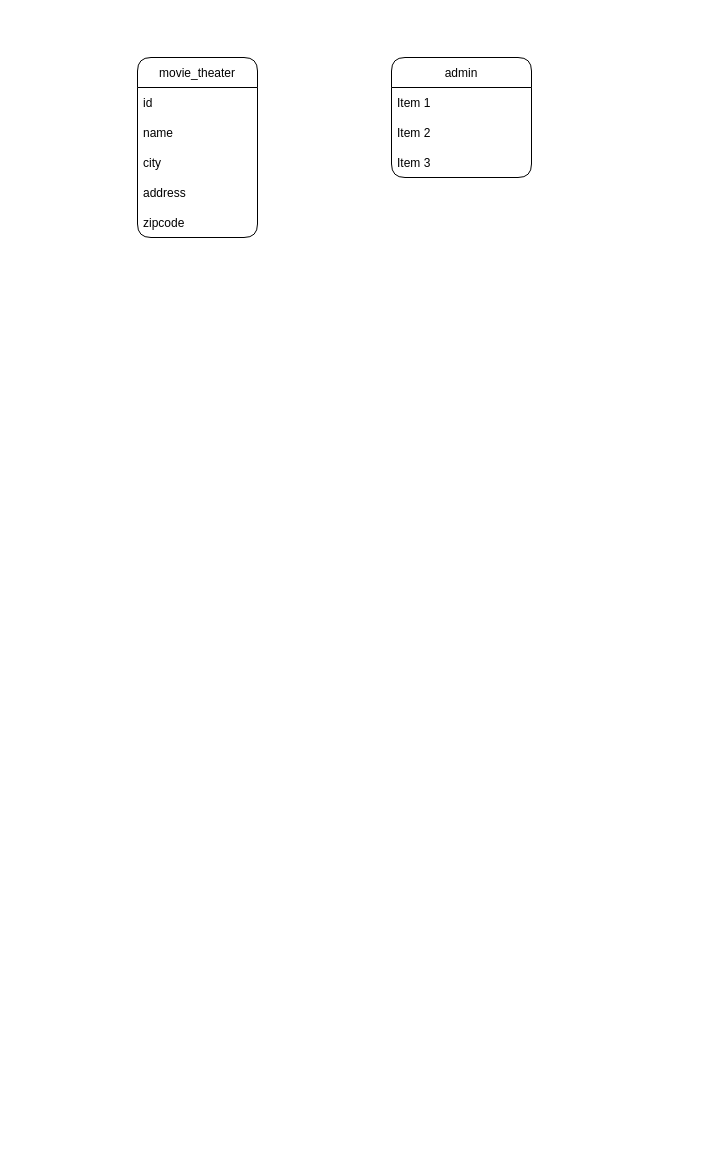
The draw.io diagram MCD.drawio in Armafobe/cinema_database, before the edit. Source tidied: cells renumbered, new cells numbered last; positions are measured from the earlier drawing's top-left corner, leaving out a move shared by most shapes. Both pictures are drawn from the tidied source at 100%, with x=0, y=0 at pixel (137, 57).
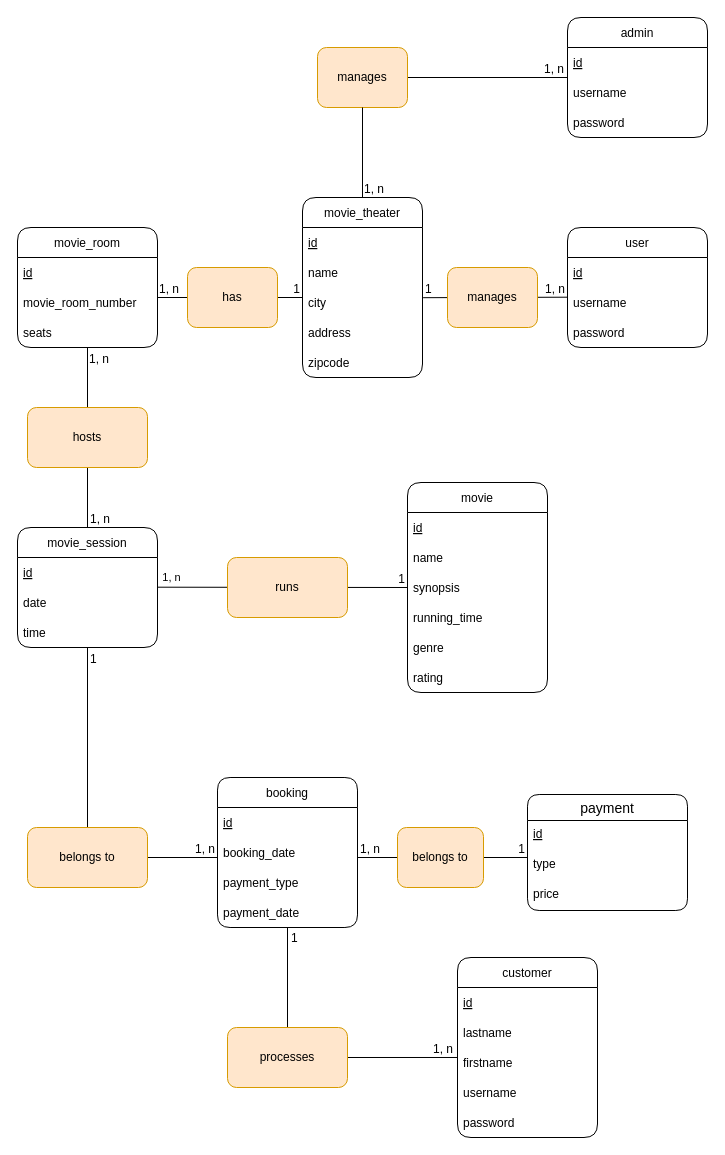
Above is the later version.

Unchanged cells that the change refers to:
```xml
<mxCell id="5" value="city" style="text;strokeColor=none;fillColor=none;align=left;verticalAlign=middle;spacingLeft=4;spacingRight=4;overflow=hidden;points=[[0,0.5],[1,0.5]];portConstraint=eastwest;" parent="2" vertex="1">
  <mxGeometry y="90" width="120" height="30" as="geometry" />
</mxCell>
```

Change to the diagram source:
```diff
@@
     <mxCell id="2" value="movie_theater" style="swimlane;fontStyle=0;horizontal=1;startSize=30;rounded=1;swimlaneLine=1;verticalAlign=middle;" parent="1" vertex="1">
-      <mxGeometry width="120" height="180" as="geometry" />
+      <mxGeometry x="165" y="140" width="120" height="180" as="geometry" />
     </mxCell>
-    <mxCell id="3" value="id" style="text;strokeColor=none;fillColor=none;align=left;verticalAlign=middle;spacingLeft=4;spacingRight=4;overflow=hidden;" parent="2" vertex="1">
-      <mxGeometry y="30" width="120" height="30" as="geometry" />
-    </mxCell>
+    <mxCell id="12" value="id" style="text;strokeColor=none;fillColor=none;align=left;verticalAlign=middle;spacingLeft=4;spacingRight=4;overflow=hidden;fontStyle=4;" parent="2" vertex="1">
+      <mxGeometry y="30" width="120" height="30" as="geometry" />
+    </mxCell>
@@
     <mxCell id="8" value="admin" style="swimlane;fontStyle=0;horizontal=1;startSize=30;rounded=1;" parent="1" vertex="1">
-      <mxGeometry x="254" width="140" height="120" as="geometry" />
+      <mxGeometry x="430" y="-40" width="140" height="120" as="geometry" />
     </mxCell>
-    <mxCell id="9" value="Item 1" style="text;strokeColor=none;fillColor=none;align=left;verticalAlign=middle;spacingLeft=4;spacingRight=4;overflow=hidden;rounded=1;" parent="8" vertex="1">
-      <mxGeometry y="30" width="140" height="30" as="geometry" />
-    </mxCell>
-    <mxCell id="10" value="Item 2" style="text;strokeColor=none;fillColor=none;align=left;verticalAlign=middle;spacingLeft=4;spacingRight=4;overflow=hidden;rounded=1;" parent="8" vertex="1">
-      <mxGeometry y="60" width="140" height="30" as="geometry" />
-    </mxCell>
-    <mxCell id="11" value="Item 3" style="text;strokeColor=none;fillColor=none;align=left;verticalAlign=middle;spacingLeft=4;spacingRight=4;overflow=hidden;rounded=1;" parent="8" vertex="1">
-      <mxGeometry y="90" width="140" height="30" as="geometry" />
-    </mxCell>
+    <mxCell id="13" value="id" style="text;strokeColor=none;fillColor=none;align=left;verticalAlign=middle;spacingLeft=4;spacingRight=4;overflow=hidden;rounded=1;fontStyle=4;" parent="8" vertex="1">
+      <mxGeometry y="30" width="140" height="30" as="geometry" />
+    </mxCell>
+    <mxCell id="14" value="username" style="text;strokeColor=none;fillColor=none;align=left;verticalAlign=middle;spacingLeft=4;spacingRight=4;overflow=hidden;rounded=1;" parent="8" vertex="1">
+      <mxGeometry y="60" width="140" height="30" as="geometry" />
+    </mxCell>
+    <mxCell id="15" value="password" style="text;strokeColor=none;fillColor=none;align=left;verticalAlign=middle;spacingLeft=4;spacingRight=4;overflow=hidden;rounded=1;" parent="8" vertex="1">
+      <mxGeometry y="90" width="140" height="30" as="geometry" />
+    </mxCell>
+    <mxCell id="16" style="endArrow=none;html=1;rounded=0;startArrow=none;" parent="1" edge="1" source="18">
+      <mxGeometry relative="1" as="geometry">
+        <mxPoint x="430" y="20" as="targetPoint" />
+      </mxGeometry>
+    </mxCell>
+    <mxCell id="17" value="1, n" style="html=1;align=right;verticalAlign=bottom;rounded=1;fillColor=#FFF5F5;" parent="16" vertex="1">
+      <mxGeometry x="1" relative="1" as="geometry">
+        <mxPoint x="-3" as="offset" />
+      </mxGeometry>
+    </mxCell>
+    <mxCell id="18" value="manages" style="rounded=1;whiteSpace=wrap;html=1;fillColor=#ffe6cc;strokeColor=#d79b00;" parent="1" vertex="1">
+      <mxGeometry x="180" y="-10" width="90" height="60" as="geometry" />
+    </mxCell>
+    <mxCell id="19" style="endArrow=none;html=1;rounded=0;exitX=0.5;exitY=0;exitDx=0;exitDy=0;" parent="1" edge="1" source="2" target="18">
+      <mxGeometry relative="1" as="geometry" />
+    </mxCell>
+    <mxCell id="20" value="1, n" style="html=1;align=left;verticalAlign=bottom;rounded=1;fillColor=#FFF5F5;" parent="19" vertex="1">
+      <mxGeometry x="-1" relative="1" as="geometry" />
+    </mxCell>
+    <mxCell id="21" value="movie_room" style="swimlane;fontStyle=0;horizontal=1;startSize=30;rounded=1;" parent="1" vertex="1">
+      <mxGeometry x="-120" y="170" width="140" height="120" as="geometry" />
+    </mxCell>
+    <mxCell id="22" value="id" style="text;strokeColor=none;fillColor=none;align=left;verticalAlign=middle;spacingLeft=4;spacingRight=4;overflow=hidden;rounded=1;fontStyle=4;" parent="21" vertex="1">
+      <mxGeometry y="30" width="140" height="30" as="geometry" />
+    </mxCell>
+    <mxCell id="23" value="movie_room_number" style="text;strokeColor=none;fillColor=none;align=left;verticalAlign=middle;spacingLeft=4;spacingRight=4;overflow=hidden;rounded=1;" parent="21" vertex="1">
+      <mxGeometry y="60" width="140" height="30" as="geometry" />
+    </mxCell>
+    <mxCell id="24" value="seats" style="text;strokeColor=none;fillColor=none;align=left;verticalAlign=middle;spacingLeft=4;spacingRight=4;overflow=hidden;rounded=1;" parent="21" vertex="1">
+      <mxGeometry y="90" width="140" height="30" as="geometry" />
+    </mxCell>
+    <mxCell id="25" style="endArrow=none;html=1;rounded=0;" parent="1" edge="1">
+      <mxGeometry relative="1" as="geometry">
+        <mxPoint x="20" y="240" as="sourcePoint" />
+        <mxPoint x="165" y="240" as="targetPoint" />
+      </mxGeometry>
+    </mxCell>
+    <mxCell id="26" value="1, n" style="html=1;align=left;verticalAlign=bottom;rounded=1;fillColor=#FFF5F5;" parent="25" vertex="1">
+      <mxGeometry x="-1" relative="1" as="geometry" />
+    </mxCell>
+    <mxCell id="27" value="1" style="html=1;align=right;verticalAlign=bottom;rounded=1;fillColor=#FFF5F5;" parent="25" vertex="1">
+      <mxGeometry x="1" relative="1" as="geometry">
+        <mxPoint x="-2" as="offset" />
+      </mxGeometry>
+    </mxCell>
+    <mxCell id="28" value="has" style="rounded=1;whiteSpace=wrap;html=1;fillColor=#ffe6cc;strokeColor=#d79b00;" parent="1" vertex="1">
+      <mxGeometry x="50" y="210" width="90" height="60" as="geometry" />
+    </mxCell>
+    <mxCell id="29" value="movie_session" style="swimlane;fontStyle=0;horizontal=1;startSize=30;rounded=1;" parent="1" vertex="1">
+      <mxGeometry x="-120" y="470" width="140" height="120" as="geometry" />
+    </mxCell>
+    <mxCell id="30" value="id" style="text;strokeColor=none;fillColor=none;align=left;verticalAlign=middle;spacingLeft=4;spacingRight=4;overflow=hidden;rounded=1;fontStyle=4;" parent="29" vertex="1">
+      <mxGeometry y="30" width="140" height="30" as="geometry" />
+    </mxCell>
+    <mxCell id="31" value="date" style="text;strokeColor=none;fillColor=none;align=left;verticalAlign=middle;spacingLeft=4;spacingRight=4;overflow=hidden;rounded=1;" parent="29" vertex="1">
+      <mxGeometry y="60" width="140" height="30" as="geometry" />
+    </mxCell>
+    <mxCell id="32" value="time" style="text;strokeColor=none;fillColor=none;align=left;verticalAlign=middle;spacingLeft=4;spacingRight=4;overflow=hidden;rounded=1;" parent="29" vertex="1">
+      <mxGeometry y="90" width="140" height="30" as="geometry" />
+    </mxCell>
+    <mxCell id="33" style="endArrow=none;html=1;rounded=0;entryX=0.5;entryY=0;entryDx=0;entryDy=0;" parent="1" edge="1" target="29">
+      <mxGeometry relative="1" as="geometry">
+        <mxPoint x="-50" y="290" as="sourcePoint" />
+      </mxGeometry>
+    </mxCell>
+    <mxCell id="34" value="1, n" style="html=1;align=left;verticalAlign=bottom;rounded=1;fillColor=#FFF5F5;" parent="33" vertex="1">
+      <mxGeometry x="-1" relative="1" as="geometry">
+        <mxPoint y="20" as="offset" />
+      </mxGeometry>
+    </mxCell>
+    <mxCell id="35" value="1, n" style="html=1;align=right;verticalAlign=bottom;rounded=1;fillColor=#FFF5F5;" parent="33" vertex="1">
+      <mxGeometry x="1" relative="1" as="geometry">
+        <mxPoint x="23" as="offset" />
+      </mxGeometry>
+    </mxCell>
+    <mxCell id="36" value="hosts" style="rounded=1;whiteSpace=wrap;html=1;fillColor=#ffe6cc;strokeColor=#d79b00;" parent="1" vertex="1">
+      <mxGeometry x="-110" y="350" width="120" height="60" as="geometry" />
+    </mxCell>
+    <mxCell id="37" value="movie" style="swimlane;fontStyle=0;horizontal=1;startSize=30;rounded=1;" parent="1" vertex="1">
+      <mxGeometry x="270" y="425" width="140" height="210" as="geometry" />
+    </mxCell>
+    <mxCell id="38" value="id" style="text;strokeColor=none;fillColor=none;align=left;verticalAlign=middle;spacingLeft=4;spacingRight=4;overflow=hidden;rounded=1;fontStyle=4;" parent="37" vertex="1">
+      <mxGeometry y="30" width="140" height="30" as="geometry" />
+    </mxCell>
+    <mxCell id="39" value="name" style="text;strokeColor=none;fillColor=none;align=left;verticalAlign=middle;spacingLeft=4;spacingRight=4;overflow=hidden;rounded=1;" parent="37" vertex="1">
+      <mxGeometry y="60" width="140" height="30" as="geometry" />
+    </mxCell>
+    <mxCell id="40" value="synopsis" style="text;strokeColor=none;fillColor=none;align=left;verticalAlign=middle;spacingLeft=4;spacingRight=4;overflow=hidden;points=[[0,0.5],[1,0.5]];portConstraint=eastwest;rounded=1;" parent="37" vertex="1">
+      <mxGeometry y="90" width="140" height="30" as="geometry" />
+    </mxCell>
+    <mxCell id="41" value="running_time" style="text;strokeColor=none;fillColor=none;align=left;verticalAlign=middle;spacingLeft=4;spacingRight=4;overflow=hidden;rounded=1;" parent="37" vertex="1">
+      <mxGeometry y="120" width="140" height="30" as="geometry" />
+    </mxCell>
+    <mxCell id="42" value="genre" style="text;strokeColor=none;fillColor=none;align=left;verticalAlign=middle;spacingLeft=4;spacingRight=4;overflow=hidden;rounded=1;" parent="37" vertex="1">
+      <mxGeometry y="150" width="140" height="30" as="geometry" />
+    </mxCell>
+    <mxCell id="43" value="rating" style="text;strokeColor=none;fillColor=none;align=left;verticalAlign=middle;spacingLeft=4;spacingRight=4;overflow=hidden;rounded=1;" parent="37" vertex="1">
+      <mxGeometry y="180" width="140" height="30" as="geometry" />
+    </mxCell>
+    <mxCell id="44" style="endArrow=none;html=1;rounded=0;entryX=0;entryY=0.5;entryDx=0;entryDy=0;" parent="1" edge="1" target="40">
+      <mxGeometry relative="1" as="geometry">
+        <mxPoint x="20" y="529.7" as="sourcePoint" />
+      </mxGeometry>
+    </mxCell>
+    <mxCell id="45" value="1" style="html=1;align=right;verticalAlign=bottom;rounded=1;fillColor=#FFF5F5;" parent="44" vertex="1">
+      <mxGeometry x="1" relative="1" as="geometry">
+        <mxPoint x="-2" as="offset" />
+      </mxGeometry>
+    </mxCell>
+    <mxCell id="46" style="edgeLabel;html=1;align=center;verticalAlign=middle;" parent="44" vertex="1">
+      <mxGeometry x="-0.9" y="1" relative="1" as="geometry" />
+    </mxCell>
+    <mxCell id="47" value="1, n" style="edgeLabel;html=1;align=center;verticalAlign=middle;labelBackgroundColor=none;" parent="44" vertex="1">
+      <mxGeometry x="-0.89" y="1" relative="1" as="geometry">
+        <mxPoint x="-1" y="-9" as="offset" />
+      </mxGeometry>
+    </mxCell>
+    <mxCell id="48" value="runs" style="rounded=1;whiteSpace=wrap;html=1;fillColor=#ffe6cc;strokeColor=#d79b00;" parent="1" vertex="1">
+      <mxGeometry x="90" y="500" width="120" height="60" as="geometry" />
+    </mxCell>
+    <mxCell id="49" value="booking" style="swimlane;fontStyle=0;horizontal=1;startSize=30;rounded=1;arcSize=14;" parent="1" vertex="1">
+      <mxGeometry x="80" y="720" width="140" height="150" as="geometry" />
+    </mxCell>
+    <mxCell id="50" value="id" style="text;strokeColor=none;fillColor=none;align=left;verticalAlign=middle;spacingLeft=4;spacingRight=4;overflow=hidden;rounded=1;fontStyle=4;" parent="49" vertex="1">
+      <mxGeometry y="30" width="140" height="30" as="geometry" />
+    </mxCell>
+    <mxCell id="51" value="booking_date" style="text;strokeColor=none;fillColor=none;align=left;verticalAlign=middle;spacingLeft=4;spacingRight=4;overflow=hidden;rounded=1;" parent="49" vertex="1">
+      <mxGeometry y="60" width="140" height="30" as="geometry" />
+    </mxCell>
+    <mxCell id="52" value="payment_type" style="text;strokeColor=none;fillColor=none;align=left;verticalAlign=middle;spacingLeft=4;spacingRight=4;overflow=hidden;rounded=1;" parent="49" vertex="1">
+      <mxGeometry y="90" width="140" height="30" as="geometry" />
+    </mxCell>
+    <mxCell id="53" value="payment_date" style="text;strokeColor=none;fillColor=none;align=left;verticalAlign=middle;spacingLeft=4;spacingRight=4;overflow=hidden;rounded=1;" parent="49" vertex="1">
+      <mxGeometry y="120" width="140" height="30" as="geometry" />
+    </mxCell>
+    <mxCell id="54" style="endArrow=none;html=1;rounded=0;" parent="1" edge="1">
+      <mxGeometry relative="1" as="geometry">
+        <mxPoint x="-50" y="590" as="sourcePoint" />
+        <mxPoint x="-50" y="800" as="targetPoint" />
+      </mxGeometry>
+    </mxCell>
+    <mxCell id="55" value="1" style="html=1;align=left;verticalAlign=bottom;rounded=1;labelBackgroundColor=none;fillColor=#FFF5F5;" parent="54" vertex="1">
+      <mxGeometry x="-1" relative="1" as="geometry">
+        <mxPoint x="1" y="20" as="offset" />
+      </mxGeometry>
+    </mxCell>
+    <mxCell id="56" value="1, n" style="html=1;align=right;verticalAlign=bottom;rounded=1;labelBackgroundColor=none;fillColor=#FFF5F5;" parent="54" vertex="1">
+      <mxGeometry x="1" relative="1" as="geometry">
+        <mxPoint x="128" as="offset" />
+      </mxGeometry>
+    </mxCell>
+    <mxCell id="57" style="endArrow=none;html=1;rounded=0;" parent="1" edge="1">
+      <mxGeometry relative="1" as="geometry">
+        <mxPoint x="-50" y="800" as="sourcePoint" />
+        <mxPoint x="80" y="800" as="targetPoint" />
+      </mxGeometry>
+    </mxCell>
+    <mxCell id="58" value="customer" style="swimlane;fontStyle=0;horizontal=1;startSize=30;rounded=1;labelBackgroundColor=none;" parent="1" vertex="1">
+      <mxGeometry x="320" y="900" width="140" height="180" as="geometry" />
+    </mxCell>
+    <mxCell id="59" value="id" style="text;strokeColor=none;fillColor=none;align=left;verticalAlign=middle;spacingLeft=4;spacingRight=4;overflow=hidden;rounded=1;labelBackgroundColor=none;fontStyle=4;" parent="58" vertex="1">
+      <mxGeometry y="30" width="140" height="30" as="geometry" />
+    </mxCell>
+    <mxCell id="60" value="lastname" style="text;strokeColor=none;fillColor=none;align=left;verticalAlign=middle;spacingLeft=4;spacingRight=4;overflow=hidden;rounded=1;labelBackgroundColor=none;" parent="58" vertex="1">
+      <mxGeometry y="60" width="140" height="30" as="geometry" />
+    </mxCell>
+    <mxCell id="61" value="firstname" style="text;strokeColor=none;fillColor=none;align=left;verticalAlign=middle;spacingLeft=4;spacingRight=4;overflow=hidden;points=[[0,0.5],[1,0.5]];portConstraint=eastwest;rounded=1;labelBackgroundColor=none;" parent="58" vertex="1">
+      <mxGeometry y="90" width="140" height="30" as="geometry" />
+    </mxCell>
+    <mxCell id="62" value="username" style="text;strokeColor=none;fillColor=none;align=left;verticalAlign=middle;spacingLeft=4;spacingRight=4;overflow=hidden;rounded=1;labelBackgroundColor=none;" parent="58" vertex="1">
+      <mxGeometry y="120" width="140" height="30" as="geometry" />
+    </mxCell>
+    <mxCell id="63" value="password" style="text;strokeColor=none;fillColor=none;align=left;verticalAlign=middle;spacingLeft=4;spacingRight=4;overflow=hidden;rounded=1;labelBackgroundColor=none;" parent="58" vertex="1">
+      <mxGeometry y="150" width="140" height="30" as="geometry" />
+    </mxCell>
+    <mxCell id="64" style="endArrow=none;html=1;rounded=0;entryX=0;entryY=0.333;entryDx=0;entryDy=0;entryPerimeter=0;" parent="1" edge="1" target="61">
+      <mxGeometry relative="1" as="geometry">
+        <mxPoint x="150" y="870" as="sourcePoint" />
+        <Array as="points">
+          <mxPoint x="150" y="1000" />
+        </Array>
+      </mxGeometry>
+    </mxCell>
+    <mxCell id="65" value="1" style="html=1;align=left;verticalAlign=bottom;rounded=1;labelBackgroundColor=none;fillColor=#FFF5F5;" parent="64" vertex="1">
+      <mxGeometry x="-1" relative="1" as="geometry">
+        <mxPoint x="2" y="19" as="offset" />
+      </mxGeometry>
+    </mxCell>
+    <mxCell id="66" value="1, n" style="html=1;align=right;verticalAlign=bottom;rounded=1;labelBackgroundColor=none;fillColor=#FFF5F5;" parent="64" vertex="1">
+      <mxGeometry x="1" relative="1" as="geometry">
+        <mxPoint x="-4" as="offset" />
+      </mxGeometry>
+    </mxCell>
+    <mxCell id="67" value="payment" style="swimlane;fontStyle=0;horizontal=1;startSize=26;align=center;fontSize=14;rounded=1;labelBackgroundColor=none;" parent="1" vertex="1">
+      <mxGeometry x="390" y="737" width="160" height="116" as="geometry" />
+    </mxCell>
+    <mxCell id="68" value="id" style="text;strokeColor=none;fillColor=none;spacingLeft=4;spacingRight=4;overflow=hidden;fontSize=12;rounded=1;labelBackgroundColor=none;fontStyle=4;" parent="67" vertex="1">
+      <mxGeometry y="26" width="160" height="30" as="geometry" />
+    </mxCell>
+    <mxCell id="69" value="type" style="text;strokeColor=none;fillColor=none;spacingLeft=4;spacingRight=4;overflow=hidden;fontSize=12;rounded=1;labelBackgroundColor=none;" parent="67" vertex="1">
+      <mxGeometry y="56" width="160" height="30" as="geometry" />
+    </mxCell>
+    <mxCell id="70" value="price" style="text;strokeColor=none;fillColor=none;spacingLeft=4;spacingRight=4;overflow=hidden;fontSize=12;rounded=1;labelBackgroundColor=none;" parent="67" vertex="1">
+      <mxGeometry y="86" width="160" height="30" as="geometry" />
+    </mxCell>
+    <mxCell id="71" style="endArrow=none;html=1;rounded=0;" parent="1" edge="1">
+      <mxGeometry relative="1" as="geometry">
+        <mxPoint x="220" y="800" as="sourcePoint" />
+        <mxPoint x="390" y="800" as="targetPoint" />
+      </mxGeometry>
+    </mxCell>
+    <mxCell id="72" value="1, n" style="html=1;align=left;verticalAlign=bottom;rounded=1;labelBackgroundColor=none;fillColor=#FFF5F5;" parent="71" vertex="1">
+      <mxGeometry x="-1" relative="1" as="geometry">
+        <mxPoint x="1" as="offset" />
+      </mxGeometry>
+    </mxCell>
+    <mxCell id="73" value="1" style="html=1;align=right;verticalAlign=bottom;rounded=1;labelBackgroundColor=none;fillColor=#FFF5F5;" parent="71" vertex="1">
+      <mxGeometry x="1" relative="1" as="geometry">
+        <mxPoint x="-2" as="offset" />
+      </mxGeometry>
+    </mxCell>
+    <mxCell id="74" value="belongs to" style="rounded=1;whiteSpace=wrap;html=1;labelBackgroundColor=none;fillColor=#ffe6cc;strokeColor=#d79b00;" parent="1" vertex="1">
+      <mxGeometry x="260" y="770" width="86" height="60" as="geometry" />
+    </mxCell>
+    <mxCell id="75" value="processes" style="rounded=1;whiteSpace=wrap;html=1;labelBackgroundColor=none;fillColor=#ffe6cc;strokeColor=#d79b00;" parent="1" vertex="1">
+      <mxGeometry x="90" y="970" width="120" height="60" as="geometry" />
+    </mxCell>
+    <mxCell id="76" value="belongs to" style="rounded=1;whiteSpace=wrap;html=1;labelBackgroundColor=none;fillColor=#ffe6cc;strokeColor=#d79b00;" parent="1" vertex="1">
+      <mxGeometry x="-110" y="770" width="120" height="60" as="geometry" />
+    </mxCell>
+    <mxCell id="77" value="user" style="swimlane;fontStyle=0;horizontal=1;startSize=30;rounded=1;labelBackgroundColor=none;" parent="1" vertex="1">
+      <mxGeometry x="430" y="170" width="140" height="120" as="geometry" />
+    </mxCell>
+    <mxCell id="78" value="id" style="text;strokeColor=none;fillColor=none;align=left;verticalAlign=middle;spacingLeft=4;spacingRight=4;overflow=hidden;rounded=1;labelBackgroundColor=none;fontStyle=4;" parent="77" vertex="1">
+      <mxGeometry y="30" width="140" height="30" as="geometry" />
+    </mxCell>
+    <mxCell id="79" value="username" style="text;strokeColor=none;fillColor=none;align=left;verticalAlign=middle;spacingLeft=4;spacingRight=4;overflow=hidden;rounded=1;labelBackgroundColor=none;" parent="77" vertex="1">
+      <mxGeometry y="60" width="140" height="30" as="geometry" />
+    </mxCell>
+    <mxCell id="80" value="password" style="text;strokeColor=none;fillColor=none;align=left;verticalAlign=middle;spacingLeft=4;spacingRight=4;overflow=hidden;rounded=1;labelBackgroundColor=none;" parent="77" vertex="1">
+      <mxGeometry y="90" width="140" height="30" as="geometry" />
+    </mxCell>
+    <mxCell id="81" style="endArrow=none;html=1;rounded=0;exitX=1.005;exitY=0.34;exitDx=0;exitDy=0;exitPerimeter=0;" parent="1" edge="1" source="5">
+      <mxGeometry relative="1" as="geometry">
+        <mxPoint x="430" y="239.7" as="targetPoint" />
+      </mxGeometry>
+    </mxCell>
+    <mxCell id="82" value="1" style="html=1;align=left;verticalAlign=bottom;rounded=1;labelBackgroundColor=none;fillColor=#FFF5F5;" parent="81" vertex="1">
+      <mxGeometry x="-1" relative="1" as="geometry" />
+    </mxCell>
+    <mxCell id="83" value="1, n" style="html=1;align=right;verticalAlign=bottom;rounded=1;labelBackgroundColor=none;fillColor=#FFF5F5;" parent="81" vertex="1">
+      <mxGeometry x="1" relative="1" as="geometry">
+        <mxPoint x="-2" as="offset" />
+      </mxGeometry>
+    </mxCell>
+    <mxCell id="84" value="manages" style="rounded=1;whiteSpace=wrap;html=1;fillColor=#ffe6cc;strokeColor=#d79b00;" parent="1" vertex="1">
+      <mxGeometry x="310" y="210" width="90" height="60" as="geometry" />
+    </mxCell>
```
